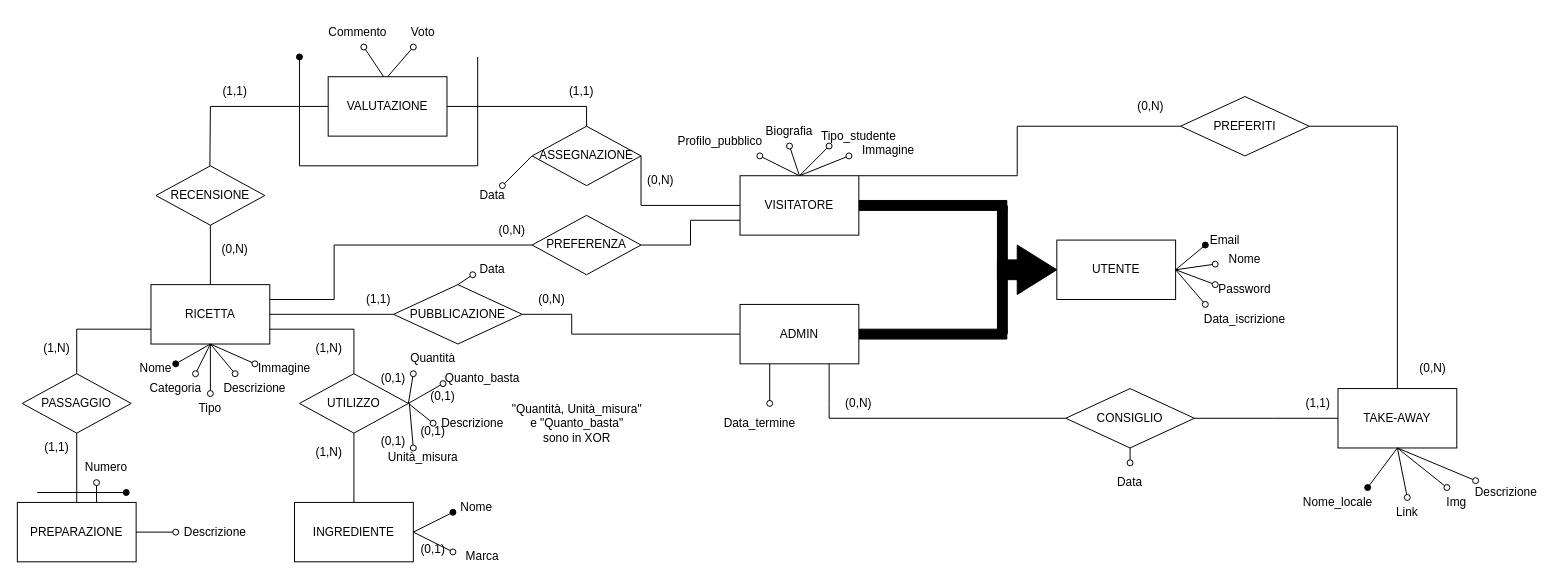
Above: page "Page-2" (2 of 2) of DB uni-cooked.drawio in Uni-cooked/uni-cooked (draw.io), before the change. Source tidied: cells renumbered, new cells numbered last; positions are measured from the earlier drawing's top-left corner, leaving out a move shared by most shapes. Both pictures are drawn from the tidied source at 99%, with x=0, y=0 at pixel (17, 17).
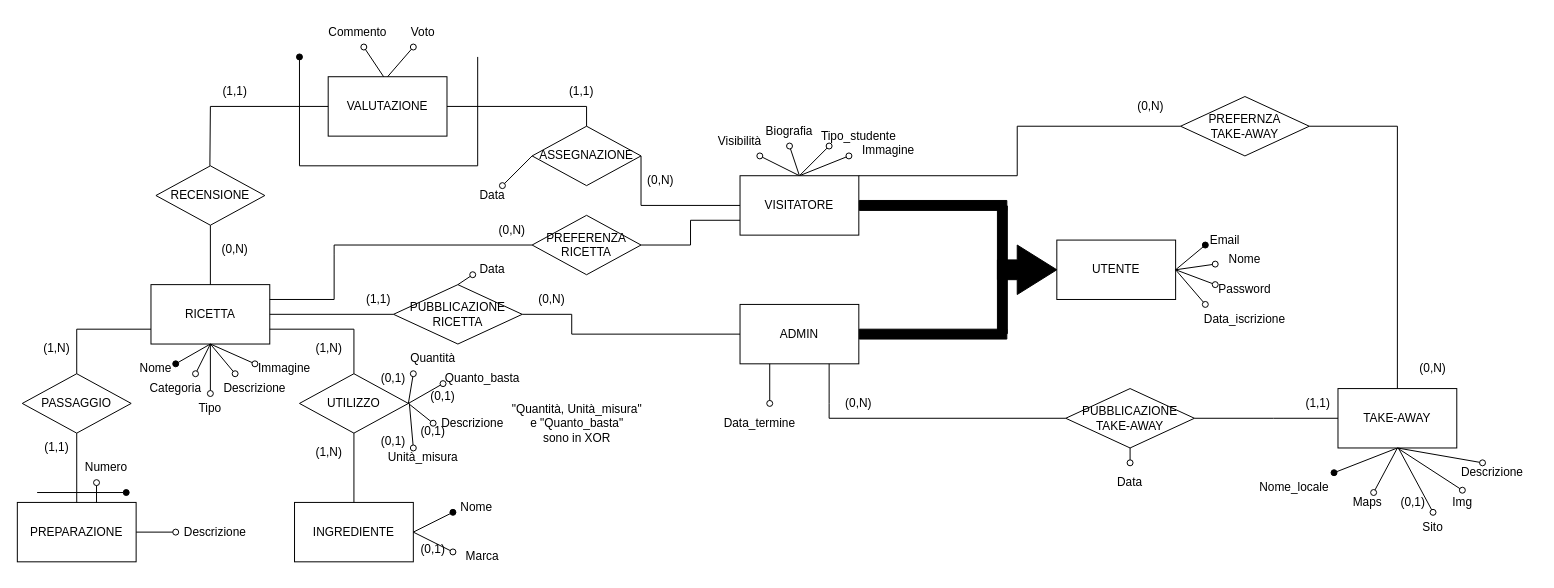
The same page after the edit.

Unchanged cells that the change refers to:
```xml
<mxCell id="105" value="&lt;div&gt;TAKE-AWAY&lt;/div&gt;" style="rounded=0;whiteSpace=wrap;html=1;" parent="1" vertex="1">
  <mxGeometry x="1334" y="375" width="120" height="60" as="geometry" />
</mxCell>
```

Diff of the diagram source:
```diff
@@
-    <mxCell id="10" value="PUBBLICAZIONE" style="rhombus;whiteSpace=wrap;html=1;" parent="1" vertex="1">
+    <mxCell id="10" value="PUBBLICAZIONE&lt;div&gt;RICETTA&lt;/div&gt;" style="rhombus;whiteSpace=wrap;html=1;" parent="1" vertex="1">
       <mxGeometry x="380" y="270" width="130" height="60" as="geometry" />
     </mxCell>
@@
-    <mxCell id="12" value="PREFERENZA" style="rhombus;whiteSpace=wrap;html=1;" parent="1" vertex="1">
+    <mxCell id="12" value="PREFERENZA&lt;div&gt;RICETTA&lt;/div&gt;" style="rhombus;whiteSpace=wrap;html=1;" parent="1" vertex="1">
       <mxGeometry x="520" y="200" width="110" height="60" as="geometry" />
     </mxCell>
@@
     <mxCell id="27" style="endArrow=none;html=1;rounded=0;startArrow=oval;startFill=1;entryX=0.5;entryY=1;entryDx=0;entryDy=0;" parent="1" edge="1" target="105">
       <mxGeometry relative="1" as="geometry">
-        <mxPoint x="1364" y="475" as="sourcePoint" />
+        <mxPoint x="1330" y="460" as="sourcePoint" />
       </mxGeometry>
     </mxCell>
@@
-    <mxCell id="69" value="Profilo_pubblico" style="text;html=1;align=center;verticalAlign=middle;whiteSpace=wrap;rounded=0;" parent="1" vertex="1">
-      <mxGeometry x="680" y="110" width="60" height="30" as="geometry" />
+    <mxCell id="69" value="Visibilità" style="text;html=1;align=center;verticalAlign=middle;whiteSpace=wrap;rounded=0;" parent="1" vertex="1">
+      <mxGeometry x="700" y="110" width="60" height="30" as="geometry" />
     </mxCell>
@@
     <mxCell id="72" style="endArrow=none;html=1;rounded=0;startArrow=oval;startFill=0;entryX=0.5;entryY=1;entryDx=0;entryDy=0;" parent="1" edge="1" target="105">
       <mxGeometry relative="1" as="geometry">
-        <mxPoint x="1404" y="485" as="sourcePoint" />
+        <mxPoint x="1370" y="480" as="sourcePoint" />
       </mxGeometry>
     </mxCell>
@@
     <mxCell id="106" value="&lt;div&gt;Nome_locale&lt;/div&gt;" style="text;html=1;align=center;verticalAlign=middle;whiteSpace=wrap;rounded=0;" parent="1" vertex="1">
-      <mxGeometry x="1304" y="475" width="60" height="30" as="geometry" />
+      <mxGeometry x="1260" y="460" width="60" height="30" as="geometry" />
     </mxCell>
-    <mxCell id="107" value="&lt;div&gt;Link&lt;/div&gt;" style="text;html=1;align=center;verticalAlign=middle;whiteSpace=wrap;rounded=0;" parent="1" vertex="1">
-      <mxGeometry x="1374" y="485" width="60" height="30" as="geometry" />
+    <mxCell id="107" value="Maps" style="text;html=1;align=center;verticalAlign=middle;whiteSpace=wrap;rounded=0;" parent="1" vertex="1">
+      <mxGeometry x="1334" y="475" width="60" height="30" as="geometry" />
     </mxCell>
     <mxCell id="108" value="&lt;div&gt;Img&lt;/div&gt;" style="text;html=1;align=center;verticalAlign=middle;whiteSpace=wrap;rounded=0;" parent="1" vertex="1">
-      <mxGeometry x="1424" y="475" width="60" height="30" as="geometry" />
+      <mxGeometry x="1430" y="475" width="60" height="30" as="geometry" />
     </mxCell>
     <mxCell id="109" value="&lt;div&gt;Descrizione&lt;/div&gt;" style="text;html=1;align=center;verticalAlign=middle;whiteSpace=wrap;rounded=0;" parent="1" vertex="1">
-      <mxGeometry x="1474" y="465" width="60" height="30" as="geometry" />
+      <mxGeometry x="1460" y="445" width="60" height="30" as="geometry" />
     </mxCell>
-    <mxCell id="110" style="endArrow=none;html=1;rounded=0;startArrow=oval;startFill=0;entryX=0.5;entryY=1;entryDx=0;entryDy=0;" parent="1" edge="1" target="105">
-      <mxGeometry relative="1" as="geometry">
-        <mxPoint x="1444" y="475" as="sourcePoint" />
-      </mxGeometry>
+    <mxCell id="110" style="endArrow=none;html=1;rounded=0;startArrow=oval;startFill=0;entryX=0.5;entryY=1;entryDx=0;entryDy=0;exitX=0.494;exitY=0.089;exitDx=0;exitDy=0;exitPerimeter=0;" parent="1" edge="1" source="108" target="105">
+      <mxGeometry relative="1" as="geometry" />
     </mxCell>
-    <mxCell id="111" style="endArrow=none;html=1;rounded=0;startArrow=oval;startFill=0;exitX=0.817;exitY=-0.233;exitDx=0;exitDy=0;exitPerimeter=0;entryX=0.5;entryY=1;entryDx=0;entryDy=0;" parent="1" edge="1" source="108" target="105">
-      <mxGeometry relative="1" as="geometry" />
+    <mxCell id="111" style="endArrow=none;html=1;rounded=0;startArrow=oval;startFill=0;entryX=0.5;entryY=1;entryDx=0;entryDy=0;" parent="1" edge="1" target="105">
+      <mxGeometry relative="1" as="geometry">
+        <mxPoint x="1480" y="450" as="sourcePoint" />
+      </mxGeometry>
     </mxCell>
@@
-    <mxCell id="113" value="PREFERITI" style="rhombus;whiteSpace=wrap;html=1;" parent="1" vertex="1">
+    <mxCell id="113" value="PREFERNZA&lt;div&gt;TAKE-AWAY&lt;/div&gt;" style="rhombus;whiteSpace=wrap;html=1;" parent="1" vertex="1">
       <mxGeometry x="1175" y="80" width="130" height="60" as="geometry" />
     </mxCell>
@@
-    <mxCell id="116" value="CONSIGLIO" style="rhombus;whiteSpace=wrap;html=1;" parent="1" vertex="1">
+    <mxCell id="116" value="PUBBLICAZIONE&lt;div&gt;TAKE-AWAY&lt;/div&gt;" style="rhombus;whiteSpace=wrap;html=1;" parent="1" vertex="1">
       <mxGeometry x="1059" y="375" width="130" height="60" as="geometry" />
     </mxCell>
@@
+    <mxCell id="123" style="endArrow=none;html=1;rounded=0;startArrow=oval;startFill=0;exitX=0.5;exitY=0;exitDx=0;exitDy=0;" parent="1" edge="1" source="124">
+      <mxGeometry relative="1" as="geometry">
+        <mxPoint x="1395" y="435" as="targetPoint" />
+      </mxGeometry>
+    </mxCell>
+    <mxCell id="124" value="Sito" style="text;html=1;align=center;verticalAlign=middle;whiteSpace=wrap;rounded=0;" parent="1" vertex="1">
+      <mxGeometry x="1400" y="500" width="60" height="30" as="geometry" />
+    </mxCell>
+    <mxCell id="125" value="(0,1)" style="text;html=1;align=center;verticalAlign=middle;whiteSpace=wrap;rounded=0;" parent="1" vertex="1">
+      <mxGeometry x="1380" y="475" width="60" height="30" as="geometry" />
+    </mxCell>
```
